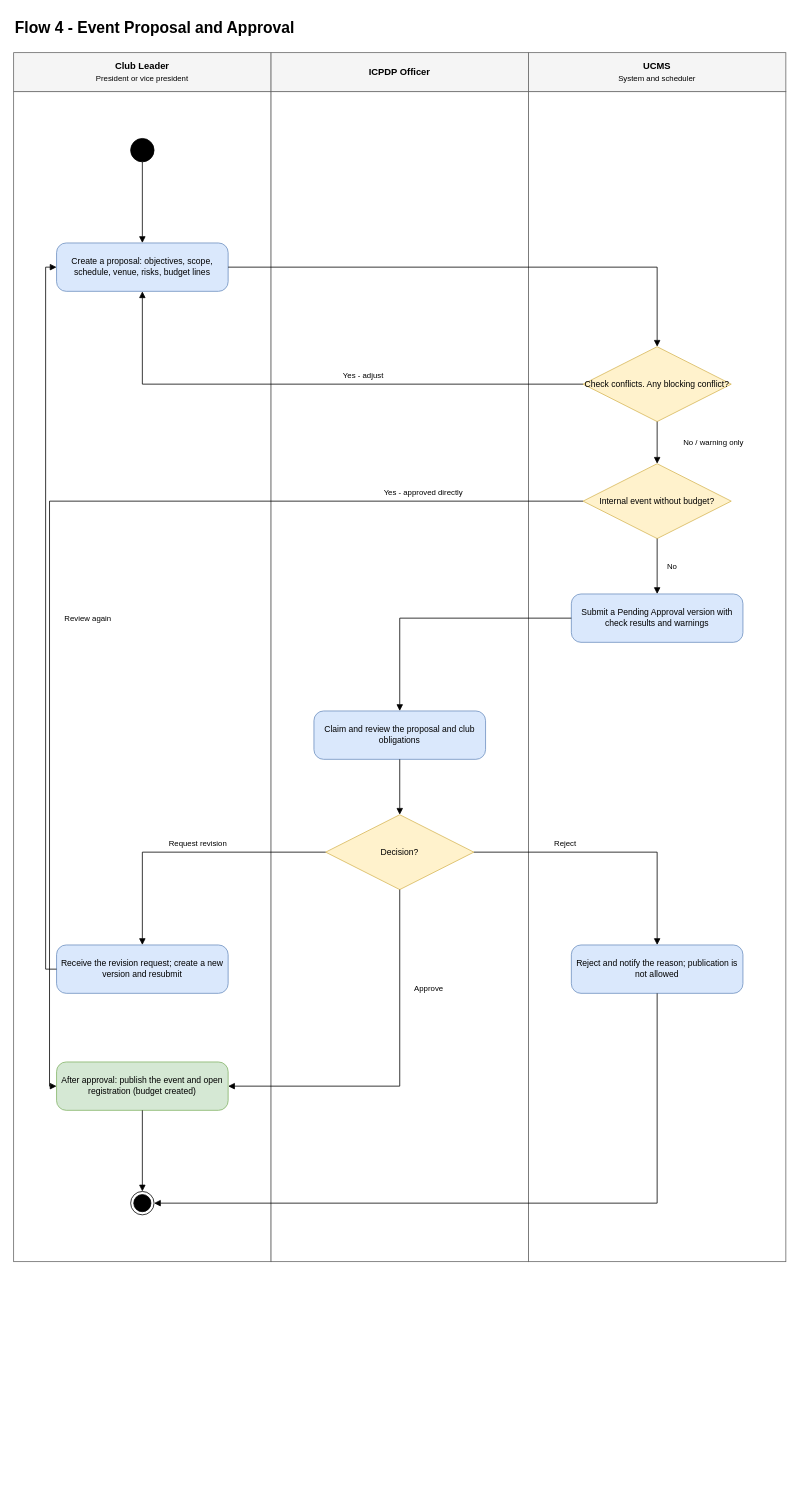
This is page "04 Event Proposal" (4 of 14) of docs/03-diagrams/UCMS_Swimlane_Flows.drawio from nvdekay/ClubManagementSystem, a draw.io file, before an edit. Source tidied: cells renumbered, new cells numbered last; positions are measured from the earlier drawing's top-left corner, leaving out a move shared by most shapes. Both pictures are drawn from the tidied source at 78%, with x=0, y=0 at pixel (13, 13).
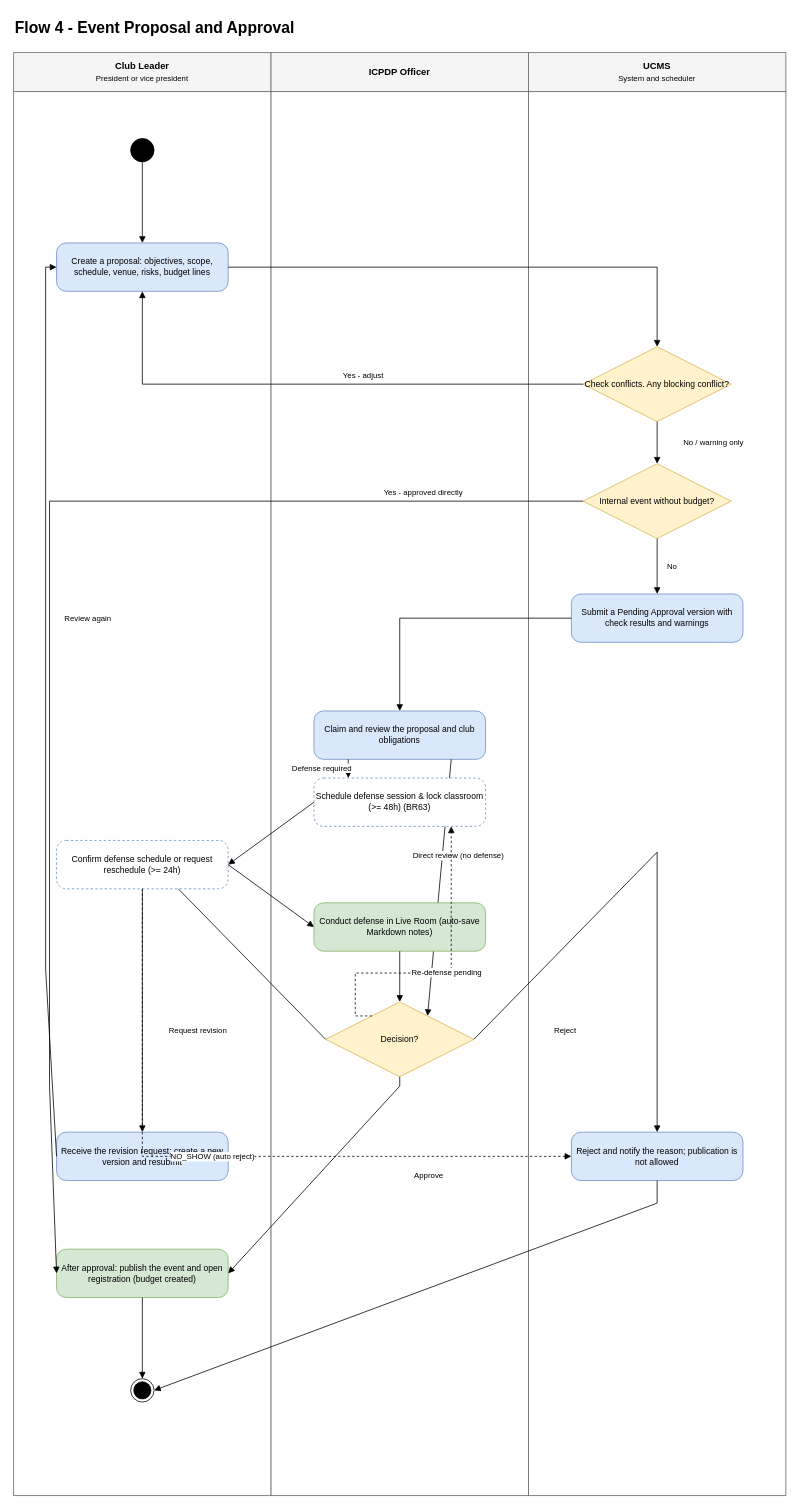
The same diagram, later.

Commit message (it also covers changes not shown here):
docs(diagrams): update state, workflow, sequence, screen flow, and class diagrams for event defense

The change refers to these unchanged cells:
```xml
<mxCell id="14" value="Claim and review the proposal and club obligations" style="rounded=1;arcSize=20;whiteSpace=wrap;html=1;fillColor=#dae8fc;strokeColor=#6c8ebf;fontSize=11;" parent="1" vertex="1">
  <mxGeometry x="385" y="894" width="220" height="62" as="geometry" />
</mxCell>
```

The edit, as a diff of the source:
```diff
@@
     <mxCell id="3" style="rounded=0;whiteSpace=wrap;html=1;fillColor=#ffffff;strokeColor=#666666;" parent="1" vertex="1">
-      <mxGeometry y="100" width="330" height="1500" as="geometry" />
+      <mxGeometry y="100" width="330" height="1800" as="geometry" />
     </mxCell>
@@
     <mxCell id="5" style="rounded=0;whiteSpace=wrap;html=1;fillColor=#ffffff;strokeColor=#666666;" parent="1" vertex="1">
-      <mxGeometry x="330" y="100" width="330" height="1500" as="geometry" />
+      <mxGeometry x="330" y="100" width="330" height="1800" as="geometry" />
     </mxCell>
@@
     <mxCell id="7" style="rounded=0;whiteSpace=wrap;html=1;fillColor=#ffffff;strokeColor=#666666;" parent="1" vertex="1">
-      <mxGeometry x="660" y="100" width="330" height="1500" as="geometry" />
+      <mxGeometry x="660" y="100" width="330" height="1800" as="geometry" />
     </mxCell>
@@
     <mxCell id="15" value="Decision?" style="rhombus;whiteSpace=wrap;html=1;fillColor=#fff2cc;strokeColor=#d6b656;fontSize=11;" parent="1" vertex="1">
-      <mxGeometry x="400" y="1027" width="190" height="96" as="geometry" />
+      <mxGeometry x="400" y="1267" width="190" height="96" as="geometry" />
     </mxCell>
     <mxCell id="16" value="Receive the revision request; create a new version and resubmit" style="rounded=1;arcSize=20;whiteSpace=wrap;html=1;fillColor=#dae8fc;strokeColor=#6c8ebf;fontSize=11;" parent="1" vertex="1">
-      <mxGeometry x="55" y="1194" width="220" height="62" as="geometry" />
+      <mxGeometry x="55" y="1434" width="220" height="62" as="geometry" />
     </mxCell>
     <mxCell id="17" value="Reject and notify the reason; publication is not allowed" style="rounded=1;arcSize=20;whiteSpace=wrap;html=1;fillColor=#dae8fc;strokeColor=#6c8ebf;fontSize=11;" parent="1" vertex="1">
-      <mxGeometry x="715" y="1194" width="220" height="62" as="geometry" />
+      <mxGeometry x="715" y="1434" width="220" height="62" as="geometry" />
     </mxCell>
     <mxCell id="18" value="After approval: publish the event and open registration (budget created)" style="rounded=1;arcSize=20;whiteSpace=wrap;html=1;fillColor=#d5e8d4;strokeColor=#82b366;fontSize=11;" parent="1" vertex="1">
-      <mxGeometry x="55" y="1344" width="220" height="62" as="geometry" />
+      <mxGeometry x="55" y="1584" width="220" height="62" as="geometry" />
     </mxCell>
     <mxCell id="19" style="ellipse;html=1;shape=endState;fillColor=#000000;strokeColor=#000000;" parent="1" vertex="1">
-      <mxGeometry x="150" y="1510" width="30" height="30" as="geometry" />
+      <mxGeometry x="150" y="1750" width="30" height="30" as="geometry" />
     </mxCell>
@@
-    <mxCell id="25" style="endArrow=block;endFill=1;html=1;rounded=0;fontSize=11;edgeStyle=none;exitX=0.5;exitY=1;exitDx=0;exitDy=0;entryX=0.5;entryY=0;entryDx=0;entryDy=0;" parent="1" edge="1" source="14" target="15">
+    <mxCell id="25" style="endArrow=block;endFill=1;html=1;rounded=0;fontSize=11;exitX=0.8;exitY=1;entryX=0.8;entryY=0;" parent="1" edge="1" source="14" target="15">
       <mxGeometry relative="1" as="geometry" />
     </mxCell>
+    <mxCell id="42" value="Direct review (no defense)" style="text;html=1;fontSize=10;align=center;verticalAlign=middle;labelBackgroundColor=#ffffff;" parent="1" vertex="1">
+      <mxGeometry x="500" y="1070" width="140" height="18" as="geometry" />
+    </mxCell>
@@
     <mxCell id="30" value="Request revision" style="text;html=1;fontSize=10;align=center;verticalAlign=middle;labelBackgroundColor=#ffffff;" parent="1" vertex="1">
-      <mxGeometry x="174" y="1054" width="124" height="18" as="geometry" />
+      <mxGeometry x="174" y="1294" width="124" height="18" as="geometry" />
     </mxCell>
@@
     <mxCell id="32" value="Reject" style="text;html=1;fontSize=10;align=center;verticalAlign=middle;labelBackgroundColor=#ffffff;" parent="1" vertex="1">
-      <mxGeometry x="680" y="1054" width="54" height="18" as="geometry" />
+      <mxGeometry x="680" y="1294" width="54" height="18" as="geometry" />
     </mxCell>
@@
     <mxCell id="34" value="Approve" style="text;html=1;fontSize=10;align=center;verticalAlign=middle;labelBackgroundColor=#ffffff;" parent="1" vertex="1">
-      <mxGeometry x="501" y="1240" width="61" height="18" as="geometry" />
+      <mxGeometry x="501" y="1480" width="61" height="18" as="geometry" />
     </mxCell>
@@
+    <mxCell id="43" value="Schedule defense session &amp; lock classroom (&amp;gt;= 48h) (BR63)" style="rounded=1;arcSize=20;whiteSpace=wrap;html=1;fillColor=#ffffff;strokeColor=#6c8ebf;fontSize=11;dashed=1;" parent="1" vertex="1">
+      <mxGeometry x="385" y="980" width="220" height="62" as="geometry" />
+    </mxCell>
+    <mxCell id="44" value="Confirm defense schedule or request reschedule (&amp;gt;= 24h)" style="rounded=1;arcSize=20;whiteSpace=wrap;html=1;fillColor=#ffffff;strokeColor=#6c8ebf;fontSize=11;dashed=1;" parent="1" vertex="1">
+      <mxGeometry x="55" y="1060" width="220" height="62" as="geometry" />
+    </mxCell>
+    <mxCell id="45" value="Conduct defense in Live Room (auto-save Markdown notes)" style="rounded=1;arcSize=20;whiteSpace=wrap;html=1;fillColor=#d5e8d4;strokeColor=#82b366;fontSize=11;" parent="1" vertex="1">
+      <mxGeometry x="385" y="1140" width="220" height="62" as="geometry" />
+    </mxCell>
+    <mxCell id="46" style="endArrow=block;endFill=1;html=1;rounded=0;fontSize=11;exitX=0.2;exitY=1;entryX=0.2;entryY=0;" parent="1" edge="1" source="14" target="43">
+      <mxGeometry relative="1" as="geometry" />
+    </mxCell>
+    <mxCell id="47" value="Defense required" style="text;html=1;fontSize=10;align=center;verticalAlign=middle;labelBackgroundColor=#ffffff;" parent="1" vertex="1">
+      <mxGeometry x="350" y="958" width="90" height="18" as="geometry" />
+    </mxCell>
+    <mxCell id="48" style="endArrow=block;endFill=1;html=1;rounded=0;fontSize=11;exitX=0;exitY=0.5;entryX=1;entryY=0.5;" parent="1" edge="1" source="43" target="44">
+      <mxGeometry relative="1" as="geometry" />
+    </mxCell>
+    <mxCell id="49" style="endArrow=block;endFill=1;html=1;rounded=0;fontSize=11;exitX=1;exitY=0.5;entryX=0;entryY=0.5;" parent="1" edge="1" source="44" target="45">
+      <mxGeometry relative="1" as="geometry" />
+    </mxCell>
+    <mxCell id="50" style="endArrow=block;endFill=1;html=1;rounded=0;fontSize=11;exitX=0.5;exitY=1;entryX=0.5;entryY=0;" parent="1" edge="1" source="45" target="15">
+      <mxGeometry relative="1" as="geometry" />
+    </mxCell>
+    <mxCell id="51" style="endArrow=block;endFill=1;html=1;rounded=0;fontSize=11;exitX=0.5;exitY=1;entryX=0;entryY=0.5;edgeStyle=orthogonalEdgeStyle;dashed=1;" parent="1" edge="1" source="44" target="17">
+      <mxGeometry relative="1" as="geometry">
+        <Array as="points">
+          <mxPoint x="165" y="1465" />
+        </Array>
+      </mxGeometry>
+    </mxCell>
+    <mxCell id="52" value="NO_SHOW (auto reject)" style="text;html=1;fontSize=10;align=center;verticalAlign=middle;labelBackgroundColor=#ffffff;" parent="1" vertex="1">
+      <mxGeometry x="190" y="1456" width="130" height="18" as="geometry" />
+    </mxCell>
+    <mxCell id="53" style="endArrow=block;endFill=1;html=1;rounded=0;fontSize=11;exitX=0.2;exitY=0;entryX=0.8;entryY=1;edgeStyle=orthogonalEdgeStyle;dashed=1;" parent="1" edge="1" source="15" target="43">
+      <mxGeometry relative="1" as="geometry">
+        <Array as="points">
+          <mxPoint x="438" y="1230" />
+          <mxPoint x="561" y="1230" />
+        </Array>
+      </mxGeometry>
+    </mxCell>
+    <mxCell id="54" value="Re-defense pending" style="text;html=1;fontSize=10;align=center;verticalAlign=middle;labelBackgroundColor=#ffffff;" parent="1" vertex="1">
+      <mxGeometry x="500" y="1220" width="110" height="18" as="geometry" />
+    </mxCell>
```
